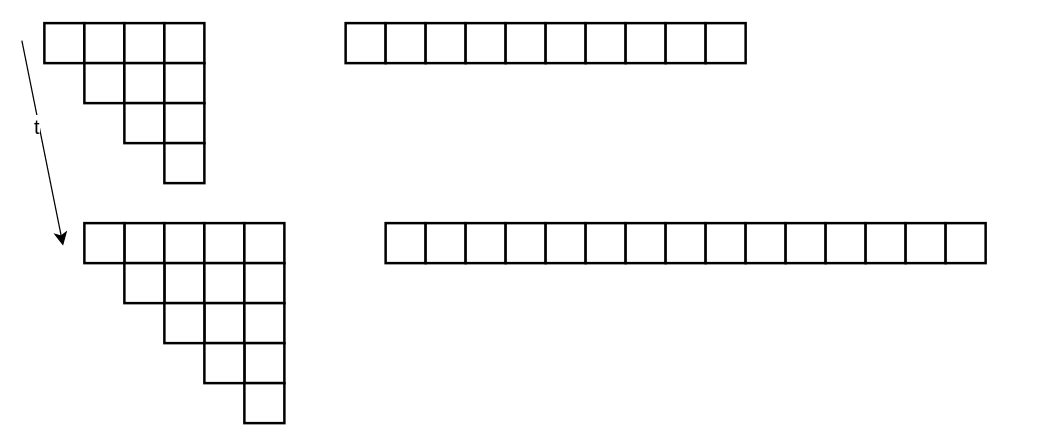
Before: page "第 8 页" (8 of 8) of pic/paperPic.drawio in 1Errors/PaperUse, a draw.io diagram. Source tidied: cells renumbered, new cells numbered last; positions are measured from the earlier drawing's top-left corner, leaving out a move shared by most shapes. Both pictures are drawn from the tidied source at 125%, with x=0, y=0 at pixel (21, 22).
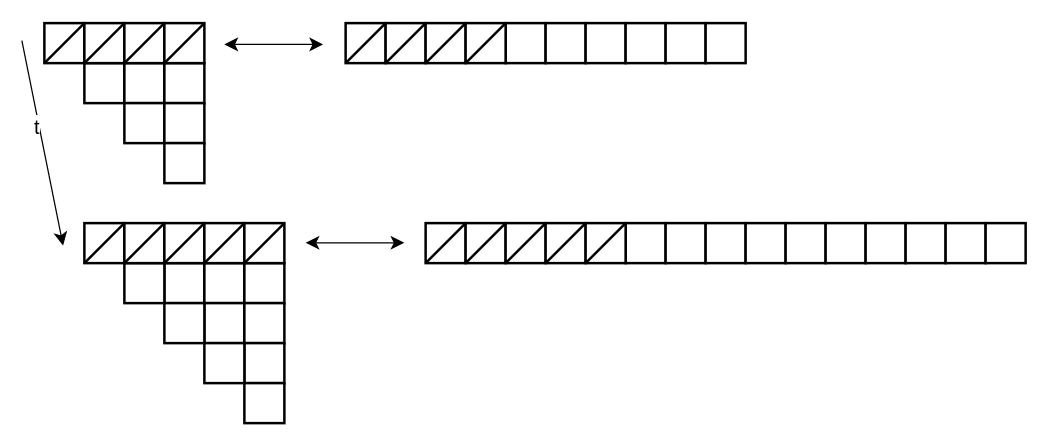
After the change.

Change to the diagram source:
```diff
@@
-    <mxCell id="2" style="whiteSpace=wrap;html=1;fontSize=16;strokeWidth=2;" parent="1" vertex="1">
-      <mxGeometry x="18" width="32" height="32" as="geometry" />
-    </mxCell>
-    <mxCell id="3" style="whiteSpace=wrap;html=1;fontSize=16;strokeWidth=2;" parent="1" vertex="1">
-      <mxGeometry x="50" width="32" height="32" as="geometry" />
-    </mxCell>
-    <mxCell id="4" style="whiteSpace=wrap;html=1;fontSize=16;strokeWidth=2;" parent="1" vertex="1">
-      <mxGeometry x="82" width="32" height="32" as="geometry" />
-    </mxCell>
-    <mxCell id="5" style="whiteSpace=wrap;html=1;fontSize=16;strokeWidth=2;" parent="1" vertex="1">
-      <mxGeometry x="114" width="32" height="32" as="geometry" />
-    </mxCell>
@@
-    <mxCell id="12" style="whiteSpace=wrap;html=1;fontSize=16;strokeWidth=2;" parent="1" vertex="1">
-      <mxGeometry x="259" width="32" height="32" as="geometry" />
-    </mxCell>
-    <mxCell id="13" style="whiteSpace=wrap;html=1;fontSize=16;strokeWidth=2;" parent="1" vertex="1">
-      <mxGeometry x="291" width="32" height="32" as="geometry" />
-    </mxCell>
-    <mxCell id="14" style="whiteSpace=wrap;html=1;fontSize=16;strokeWidth=2;" parent="1" vertex="1">
-      <mxGeometry x="323" width="32" height="32" as="geometry" />
-    </mxCell>
-    <mxCell id="15" style="whiteSpace=wrap;html=1;fontSize=16;strokeWidth=2;" parent="1" vertex="1">
-      <mxGeometry x="355" width="32" height="32" as="geometry" />
-    </mxCell>
@@
-    <mxCell id="22" style="whiteSpace=wrap;html=1;fontSize=16;strokeWidth=2;" parent="1" vertex="1">
-      <mxGeometry x="82" y="160" width="32" height="32" as="geometry" />
-    </mxCell>
-    <mxCell id="23" style="whiteSpace=wrap;html=1;fontSize=16;strokeWidth=2;" parent="1" vertex="1">
-      <mxGeometry x="114" y="160" width="32" height="32" as="geometry" />
-    </mxCell>
-    <mxCell id="24" style="whiteSpace=wrap;html=1;fontSize=16;strokeWidth=2;" parent="1" vertex="1">
-      <mxGeometry x="146" y="160" width="32" height="32" as="geometry" />
-    </mxCell>
-    <mxCell id="25" style="whiteSpace=wrap;html=1;fontSize=16;strokeWidth=2;" parent="1" vertex="1">
-      <mxGeometry x="178" y="160" width="32" height="32" as="geometry" />
-    </mxCell>
@@
-    <mxCell id="32" style="whiteSpace=wrap;html=1;fontSize=16;strokeWidth=2;" parent="1" vertex="1">
-      <mxGeometry x="50" y="160" width="32" height="32" as="geometry" />
-    </mxCell>
@@
-    <mxCell id="37" style="whiteSpace=wrap;html=1;fontSize=16;strokeWidth=2;" parent="1" vertex="1">
-      <mxGeometry x="291" y="160" width="32" height="32" as="geometry" />
-    </mxCell>
-    <mxCell id="38" style="whiteSpace=wrap;html=1;fontSize=16;strokeWidth=2;" parent="1" vertex="1">
-      <mxGeometry x="323" y="160" width="32" height="32" as="geometry" />
-    </mxCell>
-    <mxCell id="39" style="whiteSpace=wrap;html=1;fontSize=16;strokeWidth=2;" parent="1" vertex="1">
-      <mxGeometry x="355" y="160" width="32" height="32" as="geometry" />
-    </mxCell>
-    <mxCell id="40" style="whiteSpace=wrap;html=1;fontSize=16;strokeWidth=2;" parent="1" vertex="1">
-      <mxGeometry x="387" y="160" width="32" height="32" as="geometry" />
-    </mxCell>
-    <mxCell id="41" style="whiteSpace=wrap;html=1;fontSize=16;strokeWidth=2;" parent="1" vertex="1">
-      <mxGeometry x="419" y="160" width="32" height="32" as="geometry" />
-    </mxCell>
     <mxCell id="42" style="whiteSpace=wrap;html=1;fontSize=16;strokeWidth=2;" parent="1" vertex="1">
-      <mxGeometry x="451" y="160" width="32" height="32" as="geometry" />
+      <mxGeometry x="483" y="160" width="32" height="32" as="geometry" />
     </mxCell>
     <mxCell id="43" style="whiteSpace=wrap;html=1;fontSize=16;strokeWidth=2;" parent="1" vertex="1">
-      <mxGeometry x="483" y="160" width="32" height="32" as="geometry" />
+      <mxGeometry x="515" y="160" width="32" height="32" as="geometry" />
     </mxCell>
     <mxCell id="44" style="whiteSpace=wrap;html=1;fontSize=16;strokeWidth=2;" parent="1" vertex="1">
-      <mxGeometry x="515" y="160" width="32" height="32" as="geometry" />
+      <mxGeometry x="547" y="160" width="32" height="32" as="geometry" />
     </mxCell>
     <mxCell id="45" style="whiteSpace=wrap;html=1;fontSize=16;strokeWidth=2;" parent="1" vertex="1">
-      <mxGeometry x="547" y="160" width="32" height="32" as="geometry" />
+      <mxGeometry x="579" y="160" width="32" height="32" as="geometry" />
     </mxCell>
     <mxCell id="46" style="whiteSpace=wrap;html=1;fontSize=16;strokeWidth=2;" parent="1" vertex="1">
-      <mxGeometry x="579" y="160" width="32" height="32" as="geometry" />
+      <mxGeometry x="611" y="160" width="32" height="32" as="geometry" />
     </mxCell>
     <mxCell id="47" style="whiteSpace=wrap;html=1;fontSize=16;strokeWidth=2;" parent="1" vertex="1">
-      <mxGeometry x="611" y="160" width="32" height="32" as="geometry" />
+      <mxGeometry x="643" y="160" width="32" height="32" as="geometry" />
     </mxCell>
     <mxCell id="48" style="whiteSpace=wrap;html=1;fontSize=16;strokeWidth=2;" parent="1" vertex="1">
-      <mxGeometry x="643" y="160" width="32" height="32" as="geometry" />
+      <mxGeometry x="675" y="160" width="32" height="32" as="geometry" />
     </mxCell>
     <mxCell id="49" style="whiteSpace=wrap;html=1;fontSize=16;strokeWidth=2;" parent="1" vertex="1">
-      <mxGeometry x="675" y="160" width="32" height="32" as="geometry" />
+      <mxGeometry x="707" y="160" width="32" height="32" as="geometry" />
     </mxCell>
     <mxCell id="50" style="whiteSpace=wrap;html=1;fontSize=16;strokeWidth=2;" parent="1" vertex="1">
-      <mxGeometry x="707" y="160" width="32" height="32" as="geometry" />
+      <mxGeometry x="739" y="160" width="32" height="32" as="geometry" />
     </mxCell>
     <mxCell id="51" style="whiteSpace=wrap;html=1;fontSize=16;strokeWidth=2;" parent="1" vertex="1">
-      <mxGeometry x="739" y="160" width="32" height="32" as="geometry" />
+      <mxGeometry x="771" y="160" width="32" height="32" as="geometry" />
     </mxCell>
@@
+    <mxCell id="54" style="endArrow=classic;startArrow=classic;html=1;rounded=0;fontSize=12;startSize=8;endSize=8;curved=1;" parent="1" edge="1">
+      <mxGeometry relative="1" as="geometry">
+        <mxPoint x="162" y="17" as="sourcePoint" />
+        <mxPoint x="241" y="17" as="targetPoint" />
+      </mxGeometry>
+    </mxCell>
+    <mxCell id="55" style="endArrow=classic;startArrow=classic;html=1;rounded=0;fontSize=12;startSize=8;endSize=8;curved=1;" parent="1" edge="1">
+      <mxGeometry relative="1" as="geometry">
+        <mxPoint x="227" y="175.7" as="sourcePoint" />
+        <mxPoint x="306" y="175.7" as="targetPoint" />
+      </mxGeometry>
+    </mxCell>
+    <mxCell id="56" style="group;" parent="1" vertex="1">
+      <mxGeometry x="18" width="32" height="32" as="geometry" />
+    </mxCell>
+    <mxCell id="2" style="whiteSpace=wrap;html=1;fontSize=16;strokeWidth=2;" parent="56" vertex="1">
+      <mxGeometry width="32" height="32" as="geometry" />
+    </mxCell>
+    <mxCell id="57" style="endArrow=none;html=1;rounded=0;fontSize=12;startSize=8;endSize=8;curved=1;exitX=0;exitY=1;exitDx=0;exitDy=0;entryX=0;entryY=0;entryDx=0;entryDy=0;strokeWidth=2;" parent="56" edge="1" source="2">
+      <mxGeometry relative="1" as="geometry">
+        <mxPoint x="32" as="targetPoint" />
+      </mxGeometry>
+    </mxCell>
+    <mxCell id="58" style="group;" parent="1" vertex="1">
+      <mxGeometry x="50" width="32" height="32" as="geometry" />
+    </mxCell>
+    <mxCell id="59" style="whiteSpace=wrap;html=1;fontSize=16;strokeWidth=2;" parent="58" vertex="1">
+      <mxGeometry width="32" height="32" as="geometry" />
+    </mxCell>
+    <mxCell id="60" style="endArrow=none;html=1;rounded=0;fontSize=12;startSize=8;endSize=8;curved=1;exitX=0;exitY=1;exitDx=0;exitDy=0;entryX=0;entryY=0;entryDx=0;entryDy=0;strokeWidth=2;" parent="58" edge="1" source="59">
+      <mxGeometry relative="1" as="geometry">
+        <mxPoint x="32" as="targetPoint" />
+      </mxGeometry>
+    </mxCell>
+    <mxCell id="61" style="group;" parent="1" vertex="1">
+      <mxGeometry x="82" width="32" height="32" as="geometry" />
+    </mxCell>
+    <mxCell id="62" style="whiteSpace=wrap;html=1;fontSize=16;strokeWidth=2;" parent="61" vertex="1">
+      <mxGeometry width="32" height="32" as="geometry" />
+    </mxCell>
+    <mxCell id="63" style="endArrow=none;html=1;rounded=0;fontSize=12;startSize=8;endSize=8;curved=1;exitX=0;exitY=1;exitDx=0;exitDy=0;entryX=0;entryY=0;entryDx=0;entryDy=0;strokeWidth=2;" parent="61" edge="1" source="62">
+      <mxGeometry relative="1" as="geometry">
+        <mxPoint x="32" as="targetPoint" />
+      </mxGeometry>
+    </mxCell>
+    <mxCell id="64" style="group;" parent="1" vertex="1">
+      <mxGeometry x="114" width="32" height="32" as="geometry" />
+    </mxCell>
+    <mxCell id="65" style="whiteSpace=wrap;html=1;fontSize=16;strokeWidth=2;" parent="64" vertex="1">
+      <mxGeometry width="32" height="32" as="geometry" />
+    </mxCell>
+    <mxCell id="66" style="endArrow=none;html=1;rounded=0;fontSize=12;startSize=8;endSize=8;curved=1;exitX=0;exitY=1;exitDx=0;exitDy=0;entryX=0;entryY=0;entryDx=0;entryDy=0;strokeWidth=2;" parent="64" edge="1" source="65">
+      <mxGeometry relative="1" as="geometry">
+        <mxPoint x="32" as="targetPoint" />
+      </mxGeometry>
+    </mxCell>
+    <mxCell id="67" style="group;" parent="1" vertex="1">
+      <mxGeometry x="259" width="32" height="32" as="geometry" />
+    </mxCell>
+    <mxCell id="68" style="whiteSpace=wrap;html=1;fontSize=16;strokeWidth=2;" parent="67" vertex="1">
+      <mxGeometry width="32" height="32" as="geometry" />
+    </mxCell>
+    <mxCell id="69" style="endArrow=none;html=1;rounded=0;fontSize=12;startSize=8;endSize=8;curved=1;exitX=0;exitY=1;exitDx=0;exitDy=0;entryX=0;entryY=0;entryDx=0;entryDy=0;strokeWidth=2;" parent="67" edge="1" source="68">
+      <mxGeometry relative="1" as="geometry">
+        <mxPoint x="32" as="targetPoint" />
+      </mxGeometry>
+    </mxCell>
+    <mxCell id="70" style="group;" parent="1" vertex="1">
+      <mxGeometry x="291" width="32" height="32" as="geometry" />
+    </mxCell>
+    <mxCell id="71" style="whiteSpace=wrap;html=1;fontSize=16;strokeWidth=2;" parent="70" vertex="1">
+      <mxGeometry width="32" height="32" as="geometry" />
+    </mxCell>
+    <mxCell id="72" style="endArrow=none;html=1;rounded=0;fontSize=12;startSize=8;endSize=8;curved=1;exitX=0;exitY=1;exitDx=0;exitDy=0;entryX=0;entryY=0;entryDx=0;entryDy=0;strokeWidth=2;" parent="70" edge="1" source="71">
+      <mxGeometry relative="1" as="geometry">
+        <mxPoint x="32" as="targetPoint" />
+      </mxGeometry>
+    </mxCell>
+    <mxCell id="73" style="group;" parent="1" vertex="1">
+      <mxGeometry x="323" width="32" height="32" as="geometry" />
+    </mxCell>
+    <mxCell id="74" style="whiteSpace=wrap;html=1;fontSize=16;strokeWidth=2;" parent="73" vertex="1">
+      <mxGeometry width="32" height="32" as="geometry" />
+    </mxCell>
+    <mxCell id="75" style="endArrow=none;html=1;rounded=0;fontSize=12;startSize=8;endSize=8;curved=1;exitX=0;exitY=1;exitDx=0;exitDy=0;entryX=0;entryY=0;entryDx=0;entryDy=0;strokeWidth=2;" parent="73" edge="1" source="74">
+      <mxGeometry relative="1" as="geometry">
+        <mxPoint x="32" as="targetPoint" />
+      </mxGeometry>
+    </mxCell>
+    <mxCell id="76" style="group;" parent="1" vertex="1">
+      <mxGeometry x="355" width="32" height="32" as="geometry" />
+    </mxCell>
+    <mxCell id="77" style="whiteSpace=wrap;html=1;fontSize=16;strokeWidth=2;" parent="76" vertex="1">
+      <mxGeometry width="32" height="32" as="geometry" />
+    </mxCell>
+    <mxCell id="78" style="endArrow=none;html=1;rounded=0;fontSize=12;startSize=8;endSize=8;curved=1;exitX=0;exitY=1;exitDx=0;exitDy=0;entryX=0;entryY=0;entryDx=0;entryDy=0;strokeWidth=2;" parent="76" edge="1" source="77">
+      <mxGeometry relative="1" as="geometry">
+        <mxPoint x="32" as="targetPoint" />
+      </mxGeometry>
+    </mxCell>
+    <mxCell id="79" style="group;" parent="1" vertex="1">
+      <mxGeometry x="50" y="160" width="32" height="32" as="geometry" />
+    </mxCell>
+    <mxCell id="80" style="whiteSpace=wrap;html=1;fontSize=16;strokeWidth=2;" parent="79" vertex="1">
+      <mxGeometry width="32" height="32" as="geometry" />
+    </mxCell>
+    <mxCell id="81" style="endArrow=none;html=1;rounded=0;fontSize=12;startSize=8;endSize=8;curved=1;exitX=0;exitY=1;exitDx=0;exitDy=0;entryX=0;entryY=0;entryDx=0;entryDy=0;strokeWidth=2;" parent="79" edge="1" source="80">
+      <mxGeometry relative="1" as="geometry">
+        <mxPoint x="32" as="targetPoint" />
+      </mxGeometry>
+    </mxCell>
+    <mxCell id="82" style="group;" parent="1" vertex="1">
+      <mxGeometry x="82" y="160" width="32" height="32" as="geometry" />
+    </mxCell>
+    <mxCell id="83" style="whiteSpace=wrap;html=1;fontSize=16;strokeWidth=2;" parent="82" vertex="1">
+      <mxGeometry width="32" height="32" as="geometry" />
+    </mxCell>
+    <mxCell id="84" style="endArrow=none;html=1;rounded=0;fontSize=12;startSize=8;endSize=8;curved=1;exitX=0;exitY=1;exitDx=0;exitDy=0;entryX=0;entryY=0;entryDx=0;entryDy=0;strokeWidth=2;" parent="82" edge="1" source="83">
+      <mxGeometry relative="1" as="geometry">
+        <mxPoint x="32" as="targetPoint" />
+      </mxGeometry>
+    </mxCell>
+    <mxCell id="85" style="group;" parent="1" vertex="1">
+      <mxGeometry x="114" y="160" width="32" height="32" as="geometry" />
+    </mxCell>
+    <mxCell id="86" style="whiteSpace=wrap;html=1;fontSize=16;strokeWidth=2;" parent="85" vertex="1">
+      <mxGeometry width="32" height="32" as="geometry" />
+    </mxCell>
+    <mxCell id="87" style="endArrow=none;html=1;rounded=0;fontSize=12;startSize=8;endSize=8;curved=1;exitX=0;exitY=1;exitDx=0;exitDy=0;entryX=0;entryY=0;entryDx=0;entryDy=0;strokeWidth=2;" parent="85" edge="1" source="86">
+      <mxGeometry relative="1" as="geometry">
+        <mxPoint x="32" as="targetPoint" />
+      </mxGeometry>
+    </mxCell>
+    <mxCell id="88" style="group;" parent="1" vertex="1">
+      <mxGeometry x="146" y="160" width="32" height="32" as="geometry" />
+    </mxCell>
+    <mxCell id="89" style="whiteSpace=wrap;html=1;fontSize=16;strokeWidth=2;" parent="88" vertex="1">
+      <mxGeometry width="32" height="32" as="geometry" />
+    </mxCell>
+    <mxCell id="90" style="endArrow=none;html=1;rounded=0;fontSize=12;startSize=8;endSize=8;curved=1;exitX=0;exitY=1;exitDx=0;exitDy=0;entryX=0;entryY=0;entryDx=0;entryDy=0;strokeWidth=2;" parent="88" edge="1" source="89">
+      <mxGeometry relative="1" as="geometry">
+        <mxPoint x="32" as="targetPoint" />
+      </mxGeometry>
+    </mxCell>
+    <mxCell id="91" style="group;" parent="1" vertex="1">
+      <mxGeometry x="178" y="160" width="32" height="32" as="geometry" />
+    </mxCell>
+    <mxCell id="92" style="whiteSpace=wrap;html=1;fontSize=16;strokeWidth=2;" parent="91" vertex="1">
+      <mxGeometry width="32" height="32" as="geometry" />
+    </mxCell>
+    <mxCell id="93" style="endArrow=none;html=1;rounded=0;fontSize=12;startSize=8;endSize=8;curved=1;exitX=0;exitY=1;exitDx=0;exitDy=0;entryX=0;entryY=0;entryDx=0;entryDy=0;strokeWidth=2;" parent="91" edge="1" source="92">
+      <mxGeometry relative="1" as="geometry">
+        <mxPoint x="32" as="targetPoint" />
+      </mxGeometry>
+    </mxCell>
+    <mxCell id="94" style="group;" parent="1" vertex="1">
+      <mxGeometry x="323" y="160" width="32" height="32" as="geometry" />
+    </mxCell>
+    <mxCell id="95" style="whiteSpace=wrap;html=1;fontSize=16;strokeWidth=2;" parent="94" vertex="1">
+      <mxGeometry width="32" height="32" as="geometry" />
+    </mxCell>
+    <mxCell id="96" style="endArrow=none;html=1;rounded=0;fontSize=12;startSize=8;endSize=8;curved=1;exitX=0;exitY=1;exitDx=0;exitDy=0;entryX=0;entryY=0;entryDx=0;entryDy=0;strokeWidth=2;" parent="94" edge="1" source="95">
+      <mxGeometry relative="1" as="geometry">
+        <mxPoint x="32" as="targetPoint" />
+      </mxGeometry>
+    </mxCell>
+    <mxCell id="97" style="group;" parent="1" vertex="1">
+      <mxGeometry x="355" y="160" width="32" height="32" as="geometry" />
+    </mxCell>
+    <mxCell id="98" style="whiteSpace=wrap;html=1;fontSize=16;strokeWidth=2;" parent="97" vertex="1">
+      <mxGeometry width="32" height="32" as="geometry" />
+    </mxCell>
+    <mxCell id="99" style="endArrow=none;html=1;rounded=0;fontSize=12;startSize=8;endSize=8;curved=1;exitX=0;exitY=1;exitDx=0;exitDy=0;entryX=0;entryY=0;entryDx=0;entryDy=0;strokeWidth=2;" parent="97" edge="1" source="98">
+      <mxGeometry relative="1" as="geometry">
+        <mxPoint x="32" as="targetPoint" />
+      </mxGeometry>
+    </mxCell>
+    <mxCell id="100" style="group;" parent="1" vertex="1">
+      <mxGeometry x="387" y="160" width="32" height="32" as="geometry" />
+    </mxCell>
+    <mxCell id="101" style="whiteSpace=wrap;html=1;fontSize=16;strokeWidth=2;" parent="100" vertex="1">
+      <mxGeometry width="32" height="32" as="geometry" />
+    </mxCell>
+    <mxCell id="102" style="endArrow=none;html=1;rounded=0;fontSize=12;startSize=8;endSize=8;curved=1;exitX=0;exitY=1;exitDx=0;exitDy=0;entryX=0;entryY=0;entryDx=0;entryDy=0;strokeWidth=2;" parent="100" edge="1" source="101">
+      <mxGeometry relative="1" as="geometry">
+        <mxPoint x="32" as="targetPoint" />
+      </mxGeometry>
+    </mxCell>
+    <mxCell id="103" style="group;" parent="1" vertex="1">
+      <mxGeometry x="419" y="160" width="32" height="32" as="geometry" />
+    </mxCell>
+    <mxCell id="104" style="whiteSpace=wrap;html=1;fontSize=16;strokeWidth=2;" parent="103" vertex="1">
+      <mxGeometry width="32" height="32" as="geometry" />
+    </mxCell>
+    <mxCell id="105" style="endArrow=none;html=1;rounded=0;fontSize=12;startSize=8;endSize=8;curved=1;exitX=0;exitY=1;exitDx=0;exitDy=0;entryX=0;entryY=0;entryDx=0;entryDy=0;strokeWidth=2;" parent="103" edge="1" source="104">
+      <mxGeometry relative="1" as="geometry">
+        <mxPoint x="32" as="targetPoint" />
+      </mxGeometry>
+    </mxCell>
+    <mxCell id="106" style="group;" parent="1" vertex="1">
+      <mxGeometry x="451" y="160" width="32" height="32" as="geometry" />
+    </mxCell>
+    <mxCell id="107" style="whiteSpace=wrap;html=1;fontSize=16;strokeWidth=2;" parent="106" vertex="1">
+      <mxGeometry width="32" height="32" as="geometry" />
+    </mxCell>
+    <mxCell id="108" style="endArrow=none;html=1;rounded=0;fontSize=12;startSize=8;endSize=8;curved=1;exitX=0;exitY=1;exitDx=0;exitDy=0;entryX=0;entryY=0;entryDx=0;entryDy=0;strokeWidth=2;" parent="106" edge="1" source="107">
+      <mxGeometry relative="1" as="geometry">
+        <mxPoint x="32" as="targetPoint" />
+      </mxGeometry>
+    </mxCell>
```
